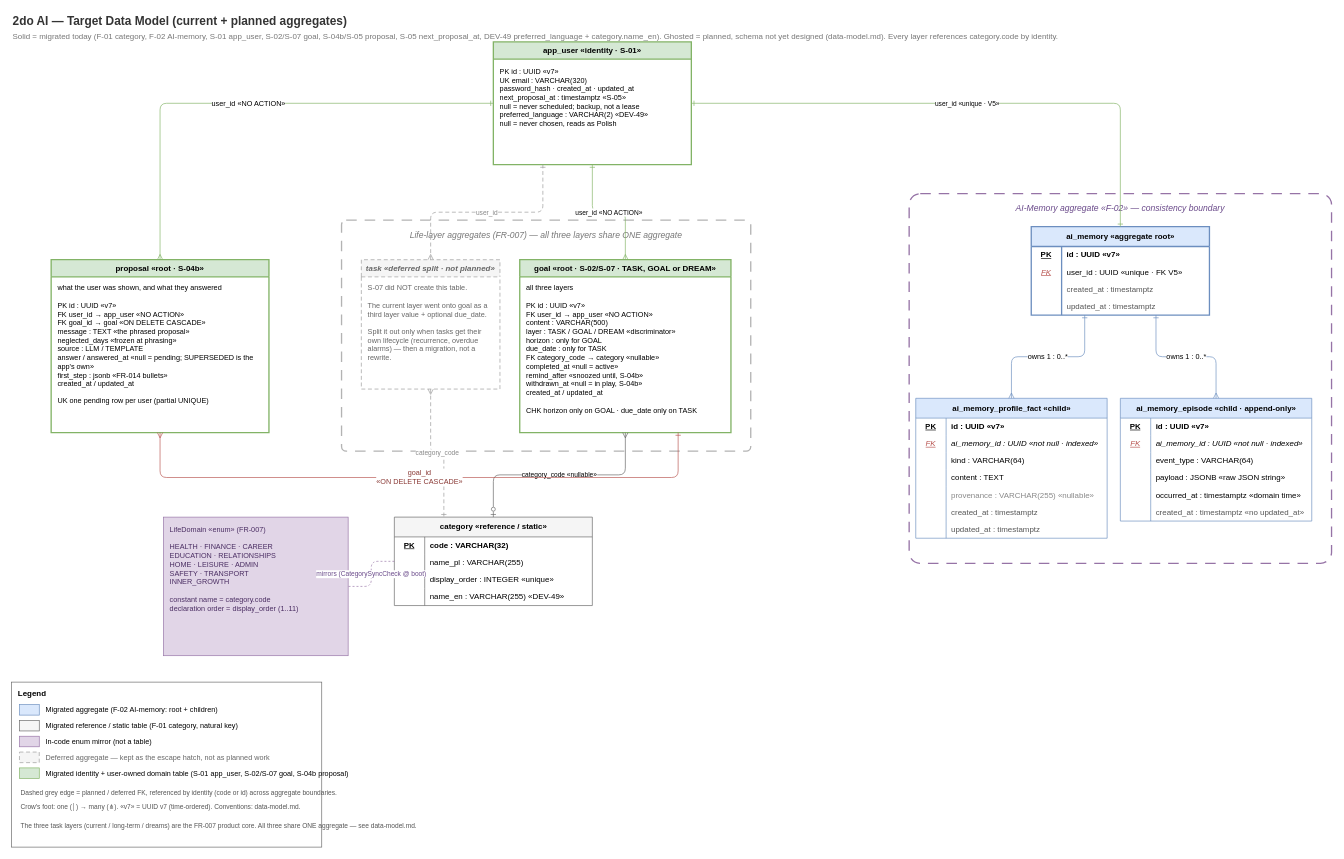
Earlier version of the draw.io diagram context/foundation/data-model-target.drawio (TheDariusz/2doai). Source tidied: cells renumbered, new cells numbered last; positions are measured from the earlier drawing's top-left corner, leaving out a move shared by most shapes. Both pictures are drawn from the tidied source at 66%, with x=0, y=0 at pixel (11, 11).
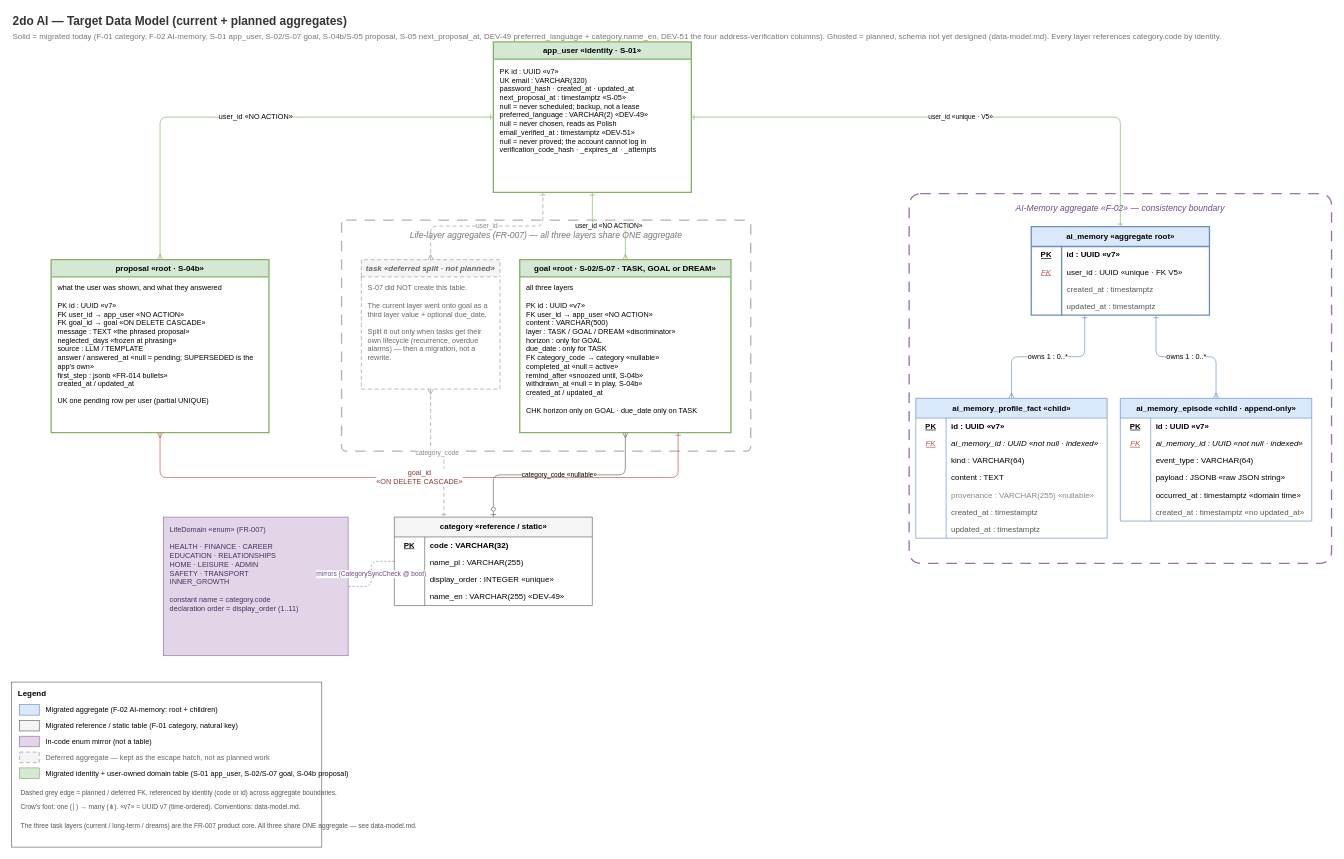
After the change.

What changed in the source:
```diff
@@
-    <mxCell id="3" value="Solid = migrated today (F-01 category, F-02 AI-memory, S-01 app_user, S-02/S-07 goal, S-04b/S-05 proposal, S-05 next_proposal_at, DEV-49 preferred_language + category.name_en).   Ghosted = planned, schema not yet designed (data-model.md).   Every layer references category.code by identity." style="text;html=1;align=left;verticalAlign=middle;fontSize=12;fontColor=#777777;" parent="1" vertex="1">
+    <mxCell id="3" value="Solid = migrated today (F-01 category, F-02 AI-memory, S-01 app_user, S-02/S-07 goal, S-04b/S-05 proposal, S-05 next_proposal_at, DEV-49 preferred_language + category.name_en, DEV-51 the four address-verification columns).   Ghosted = planned, schema not yet designed (data-model.md).   Every layer references category.code by identity." style="text;html=1;align=left;verticalAlign=middle;fontSize=12;fontColor=#777777;" parent="1" vertex="1">
       <mxGeometry y="28" width="1200" height="20" as="geometry" />
     </mxCell>
@@
     <mxCell id="6" value="app_user  «identity · S-01»" style="swimlane;startSize=26;html=1;fillColor=#d5e8d4;strokeColor=#82b366;strokeWidth=2;fontStyle=1;align=center;whiteSpace=wrap;" parent="1" vertex="1">
-      <mxGeometry x="730" y="46" width="300" height="186" as="geometry" />
+      <mxGeometry x="730" y="46" width="300" height="228" as="geometry" />
     </mxCell>
-    <mxCell id="7" value="PK   id : UUID «v7»&#10;UK   email : VARCHAR(320)&#10;         password_hash · created_at · updated_at&#10;         next_proposal_at : timestamptz  «S-05»&#10;         null = never scheduled; backup, not a lease&#10;         preferred_language : VARCHAR(2)  «DEV-49»&#10;         null = never chosen, reads as Polish" style="text;html=1;align=left;verticalAlign=top;spacingLeft=8;spacingTop=6;fontSize=11;whiteSpace=wrap;" parent="6" vertex="1">
-      <mxGeometry y="26" width="300" height="160" as="geometry" />
+    <mxCell id="7" value="PK   id : UUID «v7»&#10;UK   email : VARCHAR(320)&#10;         password_hash · created_at · updated_at&#10;         next_proposal_at : timestamptz  «S-05»&#10;         null = never scheduled; backup, not a lease&#10;         preferred_language : VARCHAR(2)  «DEV-49»&#10;         null = never chosen, reads as Polish&#10;         email_verified_at : timestamptz  «DEV-51»&#10;         null = never proved; the account cannot log in&#10;         verification_code_hash · _expires_at · _attempts" style="text;html=1;align=left;verticalAlign=top;spacingLeft=8;spacingTop=6;fontSize=11;whiteSpace=wrap;" parent="6" vertex="1">
+      <mxGeometry y="26" width="300" height="202" as="geometry" />
     </mxCell>
```
